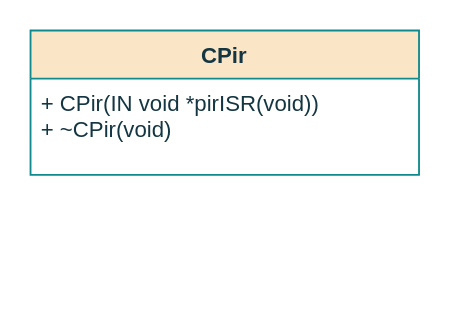
Earlier version of the draw.io diagram page "Class" (1 of 3) of documentation/flowcharts/02Classes/CPir.drawio (ESRGgroup9/slipad). Source tidied: cells renumbered, new cells numbered last; positions are measured from the earlier drawing's top-left corner, leaving out a move shared by most shapes. Both pictures are drawn from the tidied source at 185%, with x=0, y=0 at pixel (30, 30).
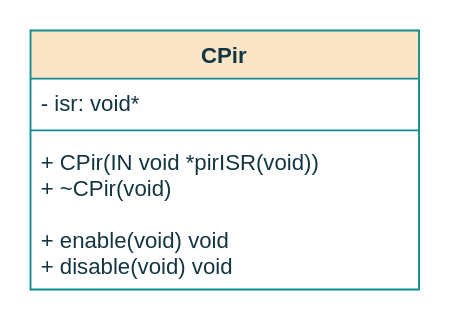
Above is the later version.

Change to the diagram source:
```diff
@@
 <mxGraphModel>
   <root>
     <mxCell id="0" />
     <mxCell id="1" parent="0" />
     <mxCell id="2" value="CPir" style="swimlane;fontStyle=1;align=center;verticalAlign=top;horizontal=1;startSize=26;fillColor=#FAE5C7;strokeColor=#0F8B8D;fontColor=#143642;" parent="1" vertex="1">
-      <mxGeometry width="210" height="78" as="geometry" />
+      <mxGeometry width="210" height="140" as="geometry" />
     </mxCell>
-    <mxCell id="3" value="+ CPir(IN void *pirISR(void))&#10;+ ~CPir(void)&#10;&#10;&#10; " style="text;strokeColor=none;fillColor=none;align=left;verticalAlign=top;spacingLeft=4;spacingRight=4;overflow=hidden;fontColor=#143642;" parent="2" vertex="1">
-      <mxGeometry y="26" width="210" height="52" as="geometry" />
-    </mxCell>
+    <mxCell id="4" value="- isr: void*&#10;&#10;&#10;" style="text;strokeColor=none;fillColor=none;align=left;verticalAlign=top;spacingLeft=4;spacingRight=4;overflow=hidden;fontColor=#143642;fontStyle=0;" parent="2" vertex="1">
+      <mxGeometry y="26" width="210" height="24" as="geometry" />
+    </mxCell>
+    <mxCell id="5" style="line;strokeWidth=1;fillColor=none;align=left;verticalAlign=middle;spacingTop=-1;spacingLeft=3;spacingRight=3;labelPosition=right;labelBackgroundColor=#DAD2D8;strokeColor=#0F8B8D;fontColor=#143642;" parent="2" vertex="1">
+      <mxGeometry y="50" width="210" height="8" as="geometry" />
+    </mxCell>
+    <mxCell id="6" value="+ CPir(IN void *pirISR(void))&#10;+ ~CPir(void)&#10;&#10;+ enable(void) void&#10;+ disable(void) void&#10;&#10; " style="text;strokeColor=none;fillColor=none;align=left;verticalAlign=top;spacingLeft=4;spacingRight=4;overflow=hidden;fontColor=#143642;spacing=2;fontStyle=0;" parent="2" vertex="1">
+      <mxGeometry y="58" width="210" height="82" as="geometry" />
+    </mxCell>
   </root>
 </mxGraphModel>
```
